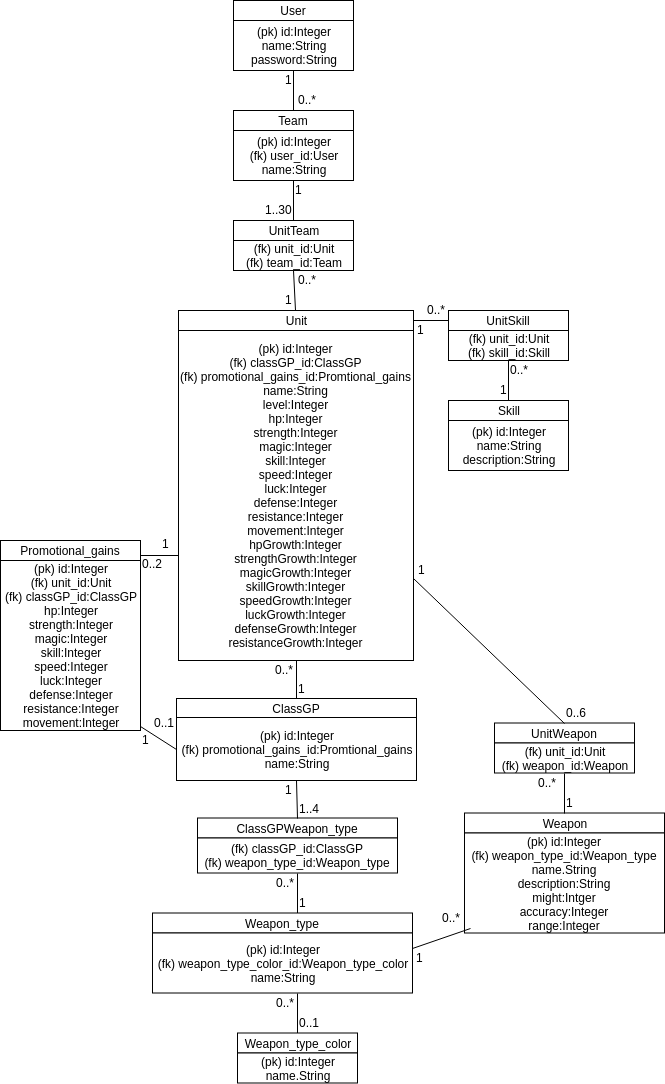
Before: documentation/Tietokantakaavio v1.png, a diagram exported from draw.io (JustAGoldeneye/Fire-Emblem-Fates-Unit-Database). Source tidied: cells renumbered, new cells last; positions are measured from the earlier drawing's top-left corner, leaving out a move shared by most shapes.
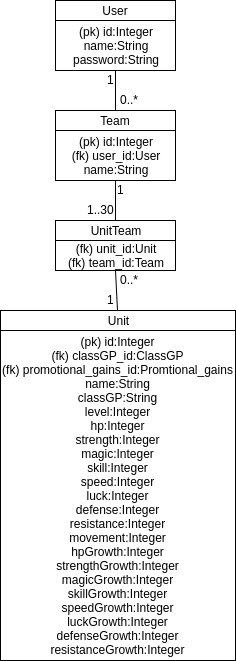
The same file after the commit.

What changed in the source:
```diff
@@ -3,247 +3,67 @@
     <mxCell id="0" />
     <mxCell id="1" parent="0" />
     <mxCell id="2" style="group;" parent="1" vertex="1">
-      <mxGeometry x="448" y="310" width="120" height="50" as="geometry" />
+      <mxGeometry x="233" y="220" width="120" height="50" as="geometry" />
     </mxCell>
-    <mxCell id="3" value="UnitSkill" style="rounded=0;whiteSpace=wrap;html=1;" parent="2" vertex="1">
+    <mxCell id="3" value="UnitTeam" style="rounded=0;whiteSpace=wrap;html=1;" parent="2" vertex="1">
       <mxGeometry width="120" height="20" as="geometry" />
     </mxCell>
-    <mxCell id="4" value="(fk) unit_id:Unit&lt;br&gt;(fk) skill_id:Skill&lt;br&gt;" style="rounded=0;whiteSpace=wrap;html=1;" parent="2" vertex="1">
+    <mxCell id="4" value="&lt;span&gt;(fk) unit_id:Unit&lt;/span&gt;&lt;br&gt;&lt;span&gt;(fk) team_id:Team&lt;/span&gt;" style="rounded=0;whiteSpace=wrap;html=1;" parent="2" vertex="1">
       <mxGeometry y="20" width="120" height="30" as="geometry" />
     </mxCell>
     <mxCell id="5" style="group;" parent="1" vertex="1">
-      <mxGeometry x="233" y="220" width="120" height="50" as="geometry" />
+      <mxGeometry x="233" y="110" width="120" height="70" as="geometry" />
     </mxCell>
-    <mxCell id="6" value="UnitTeam" style="rounded=0;whiteSpace=wrap;html=1;" parent="5" vertex="1">
+    <mxCell id="6" value="Team" style="rounded=0;whiteSpace=wrap;html=1;" parent="5" vertex="1">
       <mxGeometry width="120" height="20" as="geometry" />
     </mxCell>
-    <mxCell id="7" value="&lt;span&gt;(fk) unit_id:Unit&lt;/span&gt;&lt;br&gt;&lt;span&gt;(fk) team_id:Team&lt;/span&gt;" style="rounded=0;whiteSpace=wrap;html=1;" parent="5" vertex="1">
-      <mxGeometry y="20" width="120" height="30" as="geometry" />
+    <mxCell id="7" value="(pk) id:Integer&lt;br&gt;(fk) user_id:User&lt;br&gt;name:String&lt;br&gt;" style="rounded=0;whiteSpace=wrap;html=1;" parent="5" vertex="1">
+      <mxGeometry y="20" width="120" height="50" as="geometry" />
     </mxCell>
     <mxCell id="8" style="group;" parent="1" vertex="1">
-      <mxGeometry x="494" y="722.5" width="140" height="50" as="geometry" />
+      <mxGeometry x="233" width="120" height="70" as="geometry" />
     </mxCell>
-    <mxCell id="9" value="UnitWeapon" style="rounded=0;whiteSpace=wrap;html=1;" parent="8" vertex="1">
-      <mxGeometry width="140" height="20" as="geometry" />
+    <mxCell id="9" value="User" style="rounded=0;whiteSpace=wrap;html=1;" parent="8" vertex="1">
+      <mxGeometry width="120" height="20" as="geometry" />
     </mxCell>
-    <mxCell id="10" value="&lt;span&gt;(fk) unit_id:Unit&lt;/span&gt;&lt;br&gt;&lt;span&gt;(fk) weapon_id:Weapon&lt;/span&gt;" style="rounded=0;whiteSpace=wrap;html=1;" parent="8" vertex="1">
-      <mxGeometry y="20" width="140" height="30" as="geometry" />
+    <mxCell id="10" value="(pk) id:Integer&lt;br&gt;name:String&lt;br&gt;password:String&lt;br&gt;" style="rounded=0;whiteSpace=wrap;html=1;" parent="8" vertex="1">
+      <mxGeometry y="20" width="120" height="50" as="geometry" />
     </mxCell>
-    <mxCell id="11" style="group;" parent="1" vertex="1">
-      <mxGeometry x="448" y="400" width="120" height="70" as="geometry" />
+    <mxCell id="11" style="edgeStyle=orthogonalEdgeStyle;rounded=0;jettySize=auto;html=1;exitX=0.5;exitY=1;exitDx=0;exitDy=0;endArrow=none;endFill=0;" parent="1" edge="1" source="10" target="6">
+      <mxGeometry relative="1" as="geometry" />
     </mxCell>
-    <mxCell id="12" value="Skill" style="rounded=0;whiteSpace=wrap;html=1;" parent="11" vertex="1">
-      <mxGeometry width="120" height="20" as="geometry" />
+    <mxCell id="12" value="0..*" style="text;html=1;points=[];align=left;verticalAlign=top;spacingTop=-4;" parent="1" vertex="1">
+      <mxGeometry x="296" y="90" width="30" height="20" as="geometry" />
     </mxCell>
-    <mxCell id="13" value="(pk) id:Integer&lt;br&gt;name:String&lt;br&gt;description:String&lt;br&gt;" style="rounded=0;whiteSpace=wrap;html=1;" parent="11" vertex="1">
-      <mxGeometry y="20" width="120" height="50" as="geometry" />
+    <mxCell id="13" value="1" style="text;html=1;align=left;verticalAlign=top;spacingTop=-4;" parent="1" vertex="1">
+      <mxGeometry x="283" y="70" width="20" height="20" as="geometry" />
     </mxCell>
-    <mxCell id="14" style="group;" parent="1" vertex="1">
-      <mxGeometry x="464" y="812.5" width="200" height="120" as="geometry" />
+    <mxCell id="14" style="edgeStyle=orthogonalEdgeStyle;rounded=0;jettySize=auto;html=1;exitX=0.5;exitY=1;exitDx=0;exitDy=0;endArrow=none;endFill=0;" parent="1" edge="1" source="7" target="3">
+      <mxGeometry relative="1" as="geometry" />
     </mxCell>
-    <mxCell id="15" value="Weapon" style="rounded=0;whiteSpace=wrap;html=1;" parent="14" vertex="1">
-      <mxGeometry width="200" height="20" as="geometry" />
+    <mxCell id="15" value="1..30" style="text;html=1;points=[];align=left;verticalAlign=top;spacingTop=-4;" parent="1" vertex="1">
+      <mxGeometry x="263" y="200" width="40" height="20" as="geometry" />
     </mxCell>
-    <mxCell id="16" value="(pk) id:Integer&lt;br&gt;(fk) weapon_type_id:Weapon_type&lt;br&gt;name.String&lt;br&gt;description:String&lt;br&gt;might:Intger&lt;br&gt;accuracy:Integer&lt;br&gt;range:Integer&lt;br&gt;" style="rounded=0;whiteSpace=wrap;html=1;" parent="14" vertex="1">
-      <mxGeometry y="20" width="200" height="100" as="geometry" />
+    <mxCell id="16" value="0..*" style="text;html=1;points=[];align=left;verticalAlign=top;spacingTop=-4;" parent="1" vertex="1">
+      <mxGeometry x="296" y="270" width="30" height="20" as="geometry" />
     </mxCell>
-    <mxCell id="17" style="group;" parent="1" vertex="1">
-      <mxGeometry x="152" y="912.5" width="260" height="80" as="geometry" />
+    <mxCell id="17" value="1&lt;br&gt;" style="text;html=1;align=left;verticalAlign=top;spacingTop=-4;" parent="1" vertex="1">
+      <mxGeometry x="283" y="290" width="20" height="20" as="geometry" />
     </mxCell>
-    <mxCell id="18" value="Weapon_type" style="rounded=0;whiteSpace=wrap;html=1;" parent="17" vertex="1">
-      <mxGeometry width="260" height="20" as="geometry" />
+    <mxCell id="18" value="1" style="text;html=1;align=left;verticalAlign=top;spacingTop=-4;" parent="1" vertex="1">
+      <mxGeometry x="293" y="180" width="20" height="20" as="geometry" />
     </mxCell>
-    <mxCell id="19" value="(pk) id:Integer&lt;br&gt;(fk) weapon_type_color_id:Weapon_type_color&lt;br&gt;name:String&lt;br&gt;" style="rounded=0;whiteSpace=wrap;html=1;" parent="17" vertex="1">
-      <mxGeometry y="20" width="260" height="60" as="geometry" />
+    <mxCell id="19" value="0..2" style="text;html=1;points=[];align=left;verticalAlign=top;spacingTop=-4;" parent="1" vertex="1">
+      <mxGeometry x="230" y="534" width="40" height="20" as="geometry" />
     </mxCell>
-    <mxCell id="20" style="group;" parent="1" vertex="1">
-      <mxGeometry x="237" y="1032.5" width="120" height="50" as="geometry" />
+    <mxCell id="20" value="Unit" style="rounded=0;whiteSpace=wrap;html=1;" parent="1" vertex="1">
+      <mxGeometry x="178" y="310" width="235" height="20" as="geometry" />
     </mxCell>
-    <mxCell id="21" value="Weapon_type_color" style="rounded=0;whiteSpace=wrap;html=1;" parent="20" vertex="1">
-      <mxGeometry width="120" height="20" as="geometry" />
+    <mxCell id="21" value="(pk) id:Integer&lt;br&gt;(fk) classGP_id:ClassGP&lt;br&gt;(fk) promotional_gains_id:Promtional_gains&lt;br&gt;name:String&lt;br&gt;classGP:String&lt;br&gt;level:Integer&lt;br&gt;hp:Integer&lt;br&gt;strength:Integer&lt;br&gt;magic:Integer&lt;br&gt;skill:Integer&lt;br&gt;speed:Integer&lt;br&gt;luck:Integer&lt;br&gt;defense:Integer&lt;br&gt;resistance:Integer&lt;br&gt;movement:Integer&lt;br&gt;hpGrowth:Integer&lt;br&gt;strengthGrowth:Integer&lt;br&gt;magicGrowth:Integer&lt;br&gt;skillGrowth:Integer&lt;br&gt;speedGrowth:Integer&lt;br&gt;luckGrowth:Integer&lt;br&gt;defenseGrowth:Integer&lt;br&gt;resistanceGrowth:Integer&lt;br&gt;" style="rounded=0;whiteSpace=wrap;html=1;" parent="1" vertex="1">
+      <mxGeometry x="178" y="330" width="235" height="330" as="geometry" />
     </mxCell>
-    <mxCell id="22" value="(pk) id:Integer&lt;br&gt;name.String&lt;br&gt;" style="rounded=0;whiteSpace=wrap;html=1;" parent="20" vertex="1">
-      <mxGeometry y="20" width="120" height="30" as="geometry" />
+    <mxCell id="22" style="edgeStyle=none;rounded=0;jettySize=auto;html=1;exitX=0.5;exitY=1;exitDx=0;exitDy=0;endArrow=none;endFill=0;" parent="1" edge="1" source="4" target="20">
+      <mxGeometry relative="1" as="geometry" />
     </mxCell>
-    <mxCell id="23" style="group;" parent="1" vertex="1">
-      <mxGeometry x="233" y="110" width="120" height="70" as="geometry" />
-    </mxCell>
-    <mxCell id="24" value="Team" style="rounded=0;whiteSpace=wrap;html=1;" parent="23" vertex="1">
-      <mxGeometry width="120" height="20" as="geometry" />
-    </mxCell>
-    <mxCell id="25" value="(pk) id:Integer&lt;br&gt;(fk) user_id:User&lt;br&gt;name:String&lt;br&gt;" style="rounded=0;whiteSpace=wrap;html=1;" parent="23" vertex="1">
-      <mxGeometry y="20" width="120" height="50" as="geometry" />
-    </mxCell>
-    <mxCell id="26" style="group;" parent="1" vertex="1">
-      <mxGeometry x="233" width="120" height="70" as="geometry" />
-    </mxCell>
-    <mxCell id="27" value="User" style="rounded=0;whiteSpace=wrap;html=1;" parent="26" vertex="1">
-      <mxGeometry width="120" height="20" as="geometry" />
-    </mxCell>
-    <mxCell id="28" value="(pk) id:Integer&lt;br&gt;name:String&lt;br&gt;password:String&lt;br&gt;" style="rounded=0;whiteSpace=wrap;html=1;" parent="26" vertex="1">
-      <mxGeometry y="20" width="120" height="50" as="geometry" />
-    </mxCell>
-    <mxCell id="29" style="edgeStyle=orthogonalEdgeStyle;rounded=0;jettySize=auto;html=1;exitX=0.5;exitY=1;exitDx=0;exitDy=0;endArrow=none;endFill=0;" parent="1" edge="1" source="28" target="24">
-      <mxGeometry relative="1" as="geometry" />
-    </mxCell>
-    <mxCell id="30" value="0..*" style="text;html=1;align=left;verticalAlign=top;spacingTop=-4;" parent="1" vertex="1">
-      <mxGeometry x="296" y="90" width="30" height="20" as="geometry" />
-    </mxCell>
-    <mxCell id="31" value="1" style="text;html=1;align=left;verticalAlign=top;spacingTop=-4;" parent="1" vertex="1">
-      <mxGeometry x="283" y="70" width="20" height="20" as="geometry" />
-    </mxCell>
-    <mxCell id="32" style="edgeStyle=orthogonalEdgeStyle;rounded=0;jettySize=auto;html=1;exitX=0.5;exitY=1;exitDx=0;exitDy=0;endArrow=none;endFill=0;" parent="1" edge="1" source="25" target="6">
-      <mxGeometry relative="1" as="geometry" />
-    </mxCell>
-    <mxCell id="33" value="1..30" style="text;html=1;align=left;verticalAlign=top;spacingTop=-4;" parent="1" vertex="1">
-      <mxGeometry x="263" y="200" width="40" height="20" as="geometry" />
-    </mxCell>
-    <mxCell id="34" value="0..*" style="text;html=1;align=left;verticalAlign=top;spacingTop=-4;" parent="1" vertex="1">
-      <mxGeometry x="296" y="270" width="30" height="20" as="geometry" />
-    </mxCell>
-    <mxCell id="35" style="group;" parent="1" vertex="1">
-      <mxGeometry x="197" y="817.5" width="200" height="55" as="geometry" />
-    </mxCell>
-    <mxCell id="36" value="ClassGPWeapon_type" style="rounded=0;whiteSpace=wrap;html=1;" parent="35" vertex="1">
-      <mxGeometry width="200" height="20" as="geometry" />
-    </mxCell>
-    <mxCell id="37" value="&lt;span&gt;(fk) classGP_id:ClassGP&lt;br&gt;&lt;/span&gt;(fk) weapon_type_id:Weapon_type&lt;br&gt;" style="rounded=0;whiteSpace=wrap;html=1;" parent="35" vertex="1">
-      <mxGeometry y="20" width="200" height="35" as="geometry" />
-    </mxCell>
-    <mxCell id="38" style="edgeStyle=none;rounded=0;jettySize=auto;html=1;exitX=1;exitY=0.5;exitDx=0;exitDy=0;entryX=0;entryY=0.5;entryDx=0;entryDy=0;endArrow=none;endFill=0;" parent="1" edge="1" source="69" target="3">
-      <mxGeometry relative="1" as="geometry" />
-    </mxCell>
-    <mxCell id="39" value="0..*" style="text;html=1;align=left;verticalAlign=top;spacingTop=-4;" parent="1" vertex="1">
-      <mxGeometry x="425" y="300" width="30" height="20" as="geometry" />
-    </mxCell>
-    <mxCell id="40" value="1&lt;br&gt;" style="text;html=1;align=left;verticalAlign=top;spacingTop=-4;" parent="1" vertex="1">
-      <mxGeometry x="283" y="290" width="20" height="20" as="geometry" />
-    </mxCell>
-    <mxCell id="41" value="1" style="text;html=1;align=left;verticalAlign=top;spacingTop=-4;" parent="1" vertex="1">
-      <mxGeometry x="293" y="180" width="20" height="20" as="geometry" />
-    </mxCell>
-    <mxCell id="42" value="1" style="text;html=1;align=left;verticalAlign=top;spacingTop=-4;" parent="1" vertex="1">
-      <mxGeometry x="415" y="320" width="20" height="20" as="geometry" />
-    </mxCell>
-    <mxCell id="43" style="edgeStyle=none;rounded=0;jettySize=auto;html=1;exitX=0.5;exitY=0;exitDx=0;exitDy=0;endArrow=none;endFill=0;" parent="1" edge="1" source="12">
-      <mxGeometry relative="1" as="geometry">
-        <mxPoint x="508" y="360" as="targetPoint" />
-      </mxGeometry>
-    </mxCell>
-    <mxCell id="44" value="0..*" style="text;html=1;align=left;verticalAlign=top;spacingTop=-4;" parent="1" vertex="1">
-      <mxGeometry x="508" y="360" width="30" height="20" as="geometry" />
-    </mxCell>
-    <mxCell id="45" value="1" style="text;html=1;align=left;verticalAlign=top;spacingTop=-4;" parent="1" vertex="1">
-      <mxGeometry x="498" y="380" width="20" height="20" as="geometry" />
-    </mxCell>
-    <mxCell id="46" style="edgeStyle=none;rounded=0;jettySize=auto;html=1;exitX=0.5;exitY=1;exitDx=0;exitDy=0;entryX=0.5;entryY=0;entryDx=0;entryDy=0;endArrow=none;endFill=0;" parent="1" edge="1" source="70" target="75">
-      <mxGeometry relative="1" as="geometry" />
-    </mxCell>
-    <mxCell id="47" value="1" style="text;html=1;align=left;verticalAlign=top;spacingTop=-4;" parent="1" vertex="1">
-      <mxGeometry x="296" y="679" width="20" height="20" as="geometry" />
-    </mxCell>
-    <mxCell id="48" value="0..*" style="text;html=1;align=left;verticalAlign=top;spacingTop=-4;" parent="1" vertex="1">
-      <mxGeometry x="273" y="660" width="30" height="20" as="geometry" />
-    </mxCell>
-    <mxCell id="49" style="edgeStyle=none;rounded=0;jettySize=auto;html=1;exitX=0.5;exitY=0;exitDx=0;exitDy=0;entryX=0.5;entryY=1;entryDx=0;entryDy=0;endArrow=none;endFill=0;" parent="1" edge="1" source="36" target="76">
-      <mxGeometry relative="1" as="geometry" />
-    </mxCell>
-    <mxCell id="50" value="0..1" style="text;html=1;align=left;verticalAlign=top;spacingTop=-4;" parent="1" vertex="1">
-      <mxGeometry x="152" y="712.5" width="40" height="20" as="geometry" />
-    </mxCell>
-    <mxCell id="51" value="1..4" style="text;html=1;align=left;verticalAlign=top;spacingTop=-4;" parent="1" vertex="1">
-      <mxGeometry x="297" y="799" width="40" height="20" as="geometry" />
-    </mxCell>
-    <mxCell id="52" style="edgeStyle=none;rounded=0;jettySize=auto;html=1;exitX=0.5;exitY=1;exitDx=0;exitDy=0;endArrow=none;endFill=0;" parent="1" edge="1" source="37">
-      <mxGeometry relative="1" as="geometry">
-        <mxPoint x="297" y="912.5" as="targetPoint" />
-      </mxGeometry>
-    </mxCell>
-    <mxCell id="53" value="1&lt;br&gt;" style="text;html=1;align=left;verticalAlign=top;spacingTop=-4;" parent="1" vertex="1">
-      <mxGeometry x="297" y="892.5" width="20" height="20" as="geometry" />
-    </mxCell>
-    <mxCell id="54" value="0..*" style="text;html=1;align=left;verticalAlign=top;spacingTop=-4;" parent="1" vertex="1">
-      <mxGeometry x="274" y="872.5" width="30" height="20" as="geometry" />
-    </mxCell>
-    <mxCell id="55" style="edgeStyle=none;rounded=0;jettySize=auto;html=1;exitX=0.5;exitY=1;exitDx=0;exitDy=0;endArrow=none;endFill=0;" parent="1" edge="1" target="21">
-      <mxGeometry relative="1" as="geometry">
-        <mxPoint x="297" y="993" as="sourcePoint" />
-      </mxGeometry>
-    </mxCell>
-    <mxCell id="56" value="0..1" style="text;html=1;align=left;verticalAlign=top;spacingTop=-4;" parent="1" vertex="1">
-      <mxGeometry x="297" y="1012.5" width="40" height="20" as="geometry" />
-    </mxCell>
-    <mxCell id="57" value="0..*" style="text;html=1;align=left;verticalAlign=top;spacingTop=-4;" parent="1" vertex="1">
-      <mxGeometry x="274" y="992.5" width="30" height="20" as="geometry" />
-    </mxCell>
-    <mxCell id="58" style="edgeStyle=none;rounded=0;jettySize=auto;html=1;exitX=1;exitY=0.75;exitDx=0;exitDy=0;entryX=0.5;entryY=0;entryDx=0;entryDy=0;endArrow=none;endFill=0;" parent="1" edge="1" source="70" target="9">
-      <mxGeometry relative="1" as="geometry" />
-    </mxCell>
-    <mxCell id="59" value="0..6" style="text;html=1;align=left;verticalAlign=top;spacingTop=-4;" parent="1" vertex="1">
-      <mxGeometry x="564" y="702.5" width="40" height="20" as="geometry" />
-    </mxCell>
-    <mxCell id="60" value="0..*" style="text;html=1;align=left;verticalAlign=top;spacingTop=-4;" parent="1" vertex="1">
-      <mxGeometry x="536" y="772.5" width="30" height="20" as="geometry" />
-    </mxCell>
-    <mxCell id="61" style="edgeStyle=none;rounded=0;jettySize=auto;html=1;exitX=0.5;exitY=0;exitDx=0;exitDy=0;entryX=0.5;entryY=1;entryDx=0;entryDy=0;endArrow=none;endFill=0;" parent="1" edge="1" source="15" target="10">
-      <mxGeometry relative="1" as="geometry" />
-    </mxCell>
-    <mxCell id="62" value="1" style="text;html=1;align=left;verticalAlign=top;spacingTop=-4;" parent="1" vertex="1">
-      <mxGeometry x="416" y="560" width="20" height="20" as="geometry" />
-    </mxCell>
-    <mxCell id="63" value="1" style="text;html=1;align=left;verticalAlign=top;spacingTop=-4;" parent="1" vertex="1">
-      <mxGeometry x="564" y="792.5" width="20" height="20" as="geometry" />
-    </mxCell>
-    <mxCell id="64" value="1" style="text;html=1;align=left;verticalAlign=top;spacingTop=-4;" parent="1" vertex="1">
-      <mxGeometry x="414" y="947.5" width="20" height="20" as="geometry" />
-    </mxCell>
-    <mxCell id="65" value="0..*" style="text;html=1;align=left;verticalAlign=top;spacingTop=-4;" parent="1" vertex="1">
-      <mxGeometry x="440" y="907.5" width="30" height="20" as="geometry" />
-    </mxCell>
-    <mxCell id="66" style="rounded=0;jettySize=auto;html=1;exitX=0;exitY=0.5;exitDx=0;exitDy=0;entryX=1;entryY=0.976;entryDx=0;entryDy=0;endArrow=none;endFill=0;entryPerimeter=0;" parent="1" edge="1" source="76" target="79">
-      <mxGeometry relative="1" as="geometry" />
-    </mxCell>
-    <mxCell id="67" style="edgeStyle=none;rounded=0;jettySize=auto;html=1;exitX=1;exitY=0.75;exitDx=0;exitDy=0;entryX=0.007;entryY=0.683;entryDx=0;entryDy=0;entryPerimeter=0;endArrow=none;endFill=0;" parent="1" edge="1" source="78" target="70">
-      <mxGeometry relative="1" as="geometry" />
-    </mxCell>
-    <mxCell id="68" value="0..2" style="text;html=1;align=left;verticalAlign=top;spacingTop=-4;" parent="1" vertex="1">
-      <mxGeometry x="230" y="534" width="40" height="20" as="geometry" />
-    </mxCell>
-    <mxCell id="69" value="Unit" style="rounded=0;whiteSpace=wrap;html=1;" parent="1" vertex="1">
-      <mxGeometry x="178" y="310" width="235" height="20" as="geometry" />
-    </mxCell>
-    <mxCell id="70" value="(pk) id:Integer&lt;br&gt;(fk) classGP_id:ClassGP&lt;br&gt;(fk) promotional_gains_id:Promtional_gains&lt;br&gt;name:String&lt;br&gt;level:Integer&lt;br&gt;hp:Integer&lt;br&gt;strength:Integer&lt;br&gt;magic:Integer&lt;br&gt;skill:Integer&lt;br&gt;speed:Integer&lt;br&gt;luck:Integer&lt;br&gt;defense:Integer&lt;br&gt;resistance:Integer&lt;br&gt;movement:Integer&lt;br&gt;hpGrowth:Integer&lt;br&gt;strengthGrowth:Integer&lt;br&gt;magicGrowth:Integer&lt;br&gt;skillGrowth:Integer&lt;br&gt;speedGrowth:Integer&lt;br&gt;luckGrowth:Integer&lt;br&gt;defenseGrowth:Integer&lt;br&gt;resistanceGrowth:Integer&lt;br&gt;" style="rounded=0;whiteSpace=wrap;html=1;" parent="1" vertex="1">
-      <mxGeometry x="178" y="330" width="235" height="330" as="geometry" />
-    </mxCell>
-    <mxCell id="71" style="edgeStyle=none;rounded=0;jettySize=auto;html=1;exitX=1;exitY=0.25;exitDx=0;exitDy=0;endArrow=none;endFill=0;entryX=0.03;entryY=0.955;entryDx=0;entryDy=0;entryPerimeter=0;" parent="1" edge="1" source="19" target="16">
-      <mxGeometry relative="1" as="geometry" />
-    </mxCell>
-    <mxCell id="72" value="0..2" style="text;html=1;align=left;verticalAlign=top;spacingTop=-4;" parent="1" vertex="1">
-      <mxGeometry x="140" y="554" width="40" height="20" as="geometry" />
-    </mxCell>
-    <mxCell id="73" style="edgeStyle=none;rounded=0;jettySize=auto;html=1;exitX=0.5;exitY=1;exitDx=0;exitDy=0;endArrow=none;endFill=0;" parent="1" edge="1" source="7" target="69">
-      <mxGeometry relative="1" as="geometry" />
-    </mxCell>
-    <mxCell id="74" value="1" style="text;html=1;align=left;verticalAlign=top;spacingTop=-4;" parent="1" vertex="1">
-      <mxGeometry x="160" y="534" width="20" height="20" as="geometry" />
-    </mxCell>
-    <mxCell id="75" value="ClassGP" style="rounded=0;whiteSpace=wrap;html=1;" parent="1" vertex="1">
-      <mxGeometry x="176" y="698" width="240" height="20" as="geometry" />
-    </mxCell>
-    <mxCell id="76" value="(pk) id:Integer&lt;br&gt;(fk) promotional_gains_id:Promtional_gains&lt;br&gt;name:String" style="rounded=0;whiteSpace=wrap;html=1;" parent="1" vertex="1">
-      <mxGeometry x="176" y="717" width="240" height="63" as="geometry" />
-    </mxCell>
-    <mxCell id="77" value="1" style="text;html=1;align=left;verticalAlign=top;spacingTop=-4;" parent="1" vertex="1">
-      <mxGeometry x="283" y="780" width="20" height="20" as="geometry" />
-    </mxCell>
-    <mxCell id="78" value="Promotional_gains" style="rounded=0;whiteSpace=wrap;html=1;" parent="1" vertex="1">
-      <mxGeometry y="540" width="140" height="20" as="geometry" />
-    </mxCell>
-    <mxCell id="79" value="(pk) id:Integer&lt;br&gt;(fk) unit_id:Unit&lt;br&gt;(fk) classGP_id:ClassGP&lt;br&gt;hp:Integer&lt;br&gt;strength:Integer&lt;br&gt;magic:Integer&lt;br&gt;skill:Integer&lt;br&gt;speed:Integer&lt;br&gt;luck:Integer&lt;br&gt;defense:Integer&lt;br&gt;resistance:Integer&lt;br&gt;movement:Integer&lt;br&gt;" style="rounded=0;whiteSpace=wrap;html=1;" parent="1" vertex="1">
-      <mxGeometry y="560" width="140" height="170" as="geometry" />
-    </mxCell>
-    <mxCell id="80" value="1" style="text;html=1;align=left;verticalAlign=top;spacingTop=-4;" parent="1" vertex="1">
-      <mxGeometry x="140" y="730" width="20" height="20" as="geometry" />
-    </mxCell>
   </root>
 </mxGraphModel>
```
